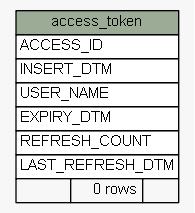
engineerscraft/hrms keeps this Graphviz diagram as docs/database/schemaspy/graphs/summary/access_token.1degree.png. Above is the earlier version. Its source is kept beside it as docs/database/schemaspy/graphs/summary/access_token.1degree.dot. The source it was exported from:
```dot
digraph "access_token" {
  graph [
    rankdir="RL"
    bgcolor="#f7f7f7"
  ];
  node [
    fontname="Helvetica"
    fontsize="11"
    shape="plaintext"
  ];
  edge [
    arrowsize="0.8"
  ];
  "access_token" [
    label=<
    <TABLE BORDER="0" CELLBORDER="1" CELLSPACING="0" BGCOLOR="#ffffff">
      <TR><TD PORT="access_token.heading" COLSPAN="3" BGCOLOR="#9bab96" ALIGN="CENTER">access_token</TD></TR>
      <TR><TD PORT="ACCESS_ID" COLSPAN="3" ALIGN="LEFT">ACCESS_ID</TD></TR>
      <TR><TD PORT="INSERT_DTM" COLSPAN="3" ALIGN="LEFT">INSERT_DTM</TD></TR>
      <TR><TD PORT="USER_NAME" COLSPAN="3" ALIGN="LEFT">USER_NAME</TD></TR>
      <TR><TD PORT="EXPIRY_DTM" COLSPAN="3" ALIGN="LEFT">EXPIRY_DTM</TD></TR>
      <TR><TD PORT="REFRESH_COUNT" COLSPAN="3" ALIGN="LEFT">REFRESH_COUNT</TD></TR>
      <TR><TD PORT="LAST_REFRESH_DTM" COLSPAN="3" ALIGN="LEFT">LAST_REFRESH_DTM</TD></TR>
      <TR><TD ALIGN="LEFT" BGCOLOR="#f7f7f7">  </TD><TD ALIGN="RIGHT" BGCOLOR="#f7f7f7">0 rows</TD><TD ALIGN="RIGHT" BGCOLOR="#f7f7f7">  </TD></TR>
    </TABLE>>
    URL="tables/access_token.html#"
    tooltip="access_token"
  ];
}
```
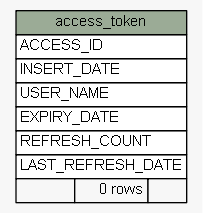
The same diagram one commit later.

Diff of the diagram source:
```diff
@@ -16,11 +16,11 @@
     <TABLE BORDER="0" CELLBORDER="1" CELLSPACING="0" BGCOLOR="#ffffff">
       <TR><TD PORT="access_token.heading" COLSPAN="3" BGCOLOR="#9bab96" ALIGN="CENTER">access_token</TD></TR>
       <TR><TD PORT="ACCESS_ID" COLSPAN="3" ALIGN="LEFT">ACCESS_ID</TD></TR>
-      <TR><TD PORT="INSERT_DTM" COLSPAN="3" ALIGN="LEFT">INSERT_DTM</TD></TR>
+      <TR><TD PORT="INSERT_DATE" COLSPAN="3" ALIGN="LEFT">INSERT_DATE</TD></TR>
       <TR><TD PORT="USER_NAME" COLSPAN="3" ALIGN="LEFT">USER_NAME</TD></TR>
-      <TR><TD PORT="EXPIRY_DTM" COLSPAN="3" ALIGN="LEFT">EXPIRY_DTM</TD></TR>
+      <TR><TD PORT="EXPIRY_DATE" COLSPAN="3" ALIGN="LEFT">EXPIRY_DATE</TD></TR>
       <TR><TD PORT="REFRESH_COUNT" COLSPAN="3" ALIGN="LEFT">REFRESH_COUNT</TD></TR>
-      <TR><TD PORT="LAST_REFRESH_DTM" COLSPAN="3" ALIGN="LEFT">LAST_REFRESH_DTM</TD></TR>
+      <TR><TD PORT="LAST_REFRESH_DATE" COLSPAN="3" ALIGN="LEFT">LAST_REFRESH_DATE</TD></TR>
       <TR><TD ALIGN="LEFT" BGCOLOR="#f7f7f7">  </TD><TD ALIGN="RIGHT" BGCOLOR="#f7f7f7">0 rows</TD><TD ALIGN="RIGHT" BGCOLOR="#f7f7f7">  </TD></TR>
     </TABLE>>
     URL="tables/access_token.html#"
```
